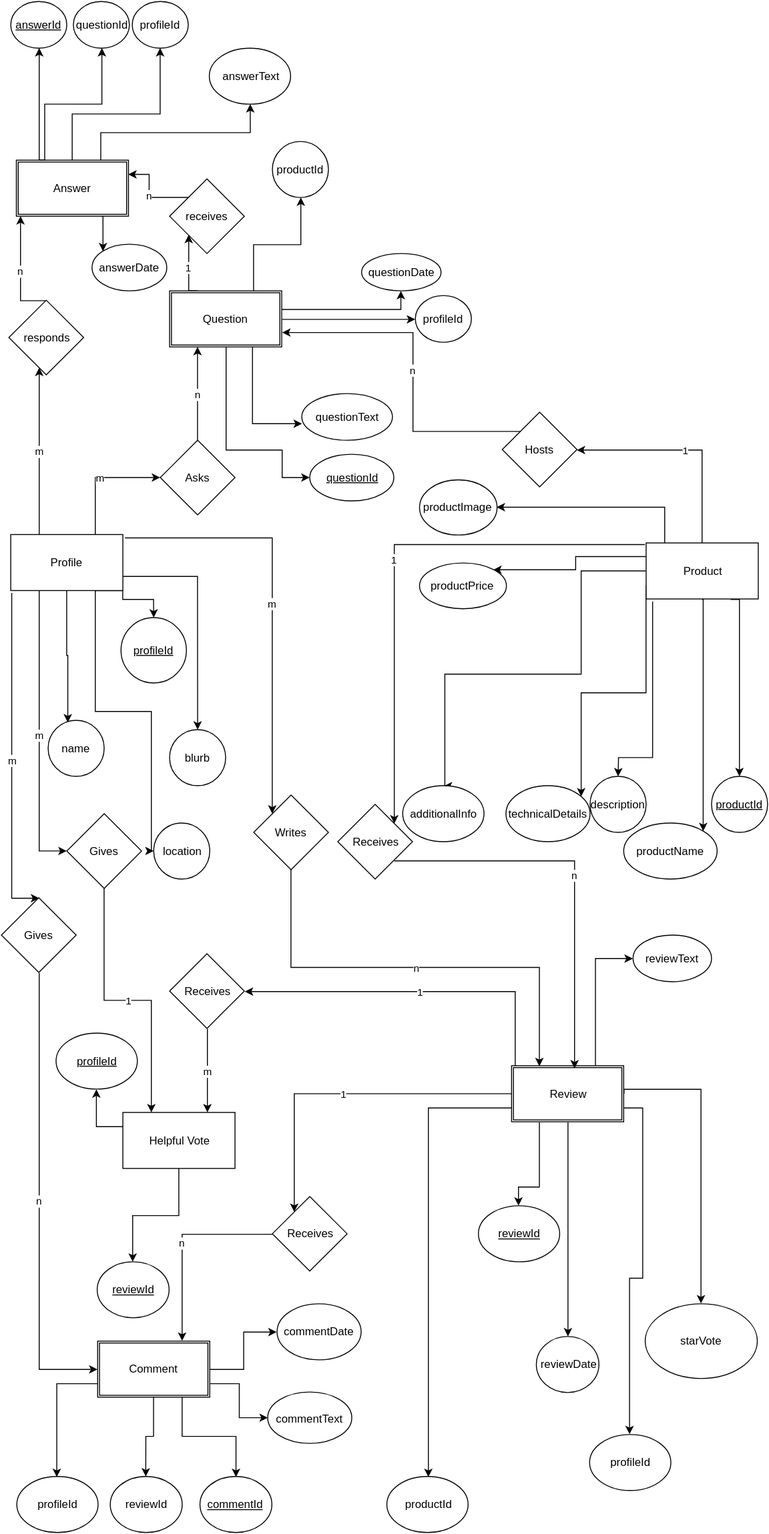
jfindley2/amazon-product keeps this draw.io diagram as amazonpage4.svg. Above is the earlier version. Source tidied: cells renumbered, new cells last; positions are measured from the earlier drawing's top-left corner, leaving out a move shared by most shapes.
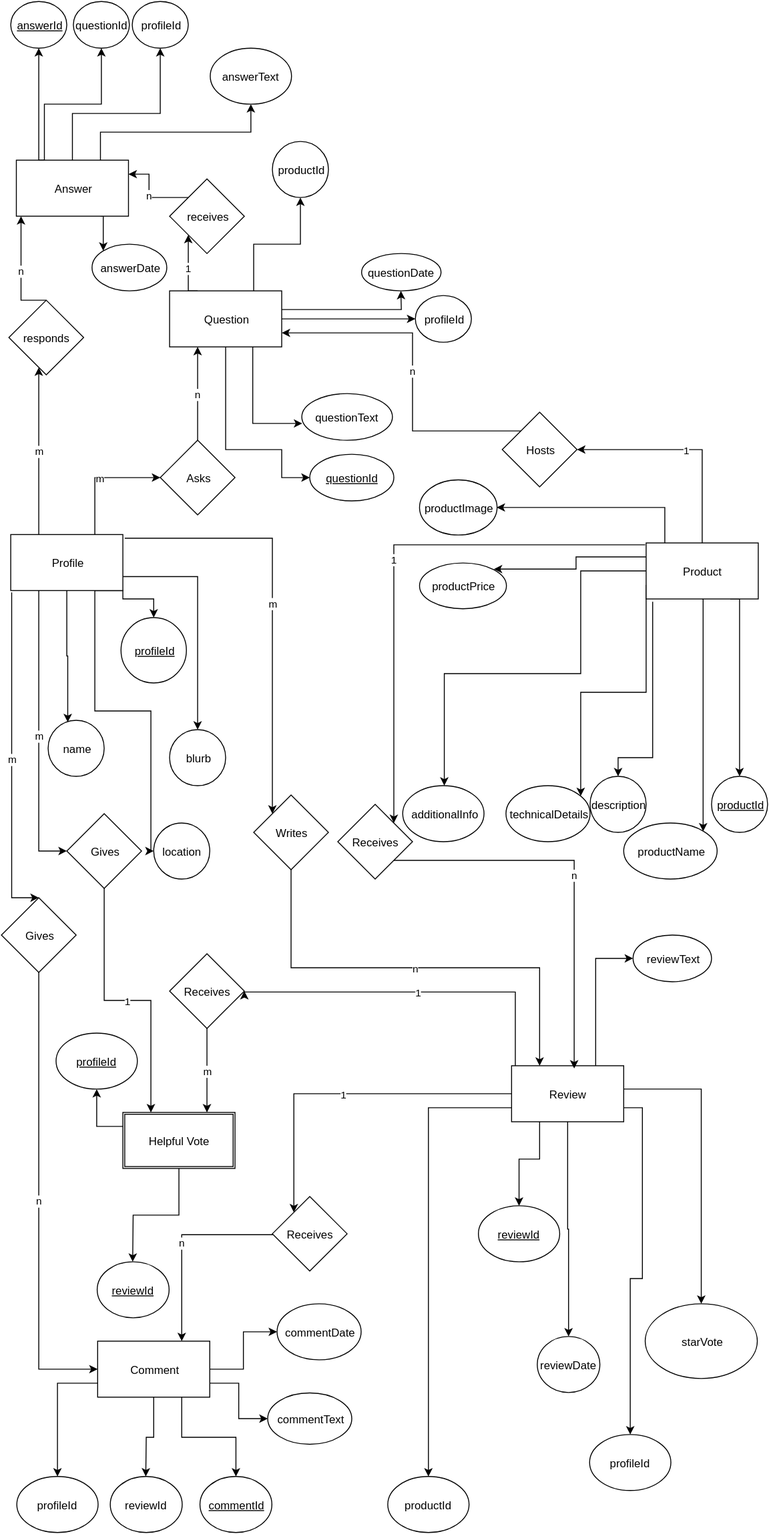
After the change.

The edit, as a diff of the source:
```diff
@@ -145,8 +145,8 @@
     <mxCell id="27" style="edgeStyle=orthogonalEdgeStyle;rounded=0;html=1;exitX=0.25;exitY=1;entryX=0.5;entryY=0;jettySize=auto;" parent="1" edge="1" source="30" target="56">
       <mxGeometry relative="1" as="geometry">
         <Array as="points">
-          <mxPoint x="576" y="1270" />
-          <mxPoint x="553" y="1270" />
+          <mxPoint x="576" y="1240" />
+          <mxPoint x="554" y="1240" />
         </Array>
       </mxGeometry>
     </mxCell>
@@ -156,7 +156,7 @@
     <mxCell id="29" style="edgeStyle=orthogonalEdgeStyle;rounded=0;html=1;exitX=0.5;exitY=1;entryX=0.5;entryY=0;jettySize=auto;" parent="1" edge="1" source="30" target="65">
       <mxGeometry relative="1" as="geometry" />
     </mxCell>
-    <mxCell id="30" value="Review" style="shape=ext;double=1;whiteSpace=wrap;html=1;rounded=0;strokeColor=#000000;strokeWidth=1;fillColor=#FFFFFF;gradientColor=#ffffff;" parent="1" vertex="1">
+    <mxCell id="30" value="Review" style="whiteSpace=wrap;html=1;" parent="1" vertex="1">
       <mxGeometry x="546" y="1140" width="120" height="60" as="geometry" />
     </mxCell>
     <mxCell id="31" value="n" style="edgeStyle=orthogonalEdgeStyle;rounded=0;html=1;exitX=0.5;exitY=1;entryX=0.25;entryY=0;jettySize=auto;" parent="1" edge="1" source="32" target="30">
@@ -208,7 +208,7 @@
     <mxCell id="42" style="edgeStyle=orthogonalEdgeStyle;rounded=0;html=1;exitX=0;exitY=0.25;entryX=0.5;entryY=1;jettySize=auto;" parent="1" edge="1" source="43" target="50">
       <mxGeometry relative="1" as="geometry" />
     </mxCell>
-    <mxCell id="43" value="Helpful Vote" style="whiteSpace=wrap;html=1;" parent="1" vertex="1">
+    <mxCell id="43" value="Helpful Vote" style="shape=ext;double=1;whiteSpace=wrap;html=1;rounded=0;strokeColor=#000000;strokeWidth=1;fillColor=#FFFFFF;gradientColor=#ffffff;" parent="1" vertex="1">
       <mxGeometry x="130" y="1190" width="120" height="60" as="geometry" />
     </mxCell>
     <mxCell id="44" value="m" style="edgeStyle=orthogonalEdgeStyle;rounded=0;html=1;exitX=0.5;exitY=1;entryX=0.75;entryY=0;jettySize=auto;" parent="1" edge="1" source="45" target="43">
@@ -295,7 +295,7 @@
     <mxCell id="71" style="edgeStyle=orthogonalEdgeStyle;rounded=0;html=1;exitX=1;exitY=0.75;entryX=0;entryY=0.5;jettySize=auto;" parent="1" edge="1" source="72" target="106">
       <mxGeometry relative="1" as="geometry" />
     </mxCell>
-    <mxCell id="72" value="Comment" style="shape=ext;double=1;whiteSpace=wrap;html=1;rounded=0;strokeColor=#000000;strokeWidth=1;fillColor=#FFFFFF;gradientColor=#ffffff;" parent="1" vertex="1">
+    <mxCell id="72" value="Comment" style="whiteSpace=wrap;html=1;" parent="1" vertex="1">
       <mxGeometry x="103" y="1435" width="120" height="60" as="geometry" />
     </mxCell>
     <mxCell id="73" style="edgeStyle=orthogonalEdgeStyle;rounded=0;html=1;exitX=0.75;exitY=1;entryX=0.01;entryY=0.64;entryPerimeter=0;jettySize=auto;" parent="1" edge="1" source="79" target="82">
@@ -336,7 +336,7 @@
     <mxCell id="78" style="edgeStyle=orthogonalEdgeStyle;rounded=0;html=1;exitX=0.75;exitY=0;entryX=0.5;entryY=1;jettySize=auto;" parent="1" edge="1" source="79" target="101">
       <mxGeometry relative="1" as="geometry" />
     </mxCell>
-    <mxCell id="79" value="Question" style="shape=ext;double=1;whiteSpace=wrap;html=1;rounded=0;strokeColor=#000000;strokeWidth=1;fillColor=#FFFFFF;gradientColor=#ffffff;" parent="1" vertex="1">
+    <mxCell id="79" value="Question" style="whiteSpace=wrap;html=1;" parent="1" vertex="1">
       <mxGeometry x="180" y="310" width="120" height="60" as="geometry" />
     </mxCell>
     <mxCell id="80" value="n" style="edgeStyle=orthogonalEdgeStyle;rounded=0;html=1;exitX=0.5;exitY=0;jettySize=auto;" parent="1" edge="1" source="81" target="79">
@@ -396,7 +396,7 @@
     <mxCell id="92" style="edgeStyle=orthogonalEdgeStyle;rounded=0;html=1;exitX=0.75;exitY=1;entryX=0;entryY=0;jettySize=auto;" parent="1" edge="1" source="93" target="103">
       <mxGeometry relative="1" as="geometry" />
     </mxCell>
-    <mxCell id="93" value="Answer" style="shape=ext;double=1;whiteSpace=wrap;html=1;rounded=0;strokeColor=#000000;strokeWidth=1;fillColor=#FFFFFF;gradientColor=#ffffff;" parent="1" vertex="1">
+    <mxCell id="93" value="Answer" style="whiteSpace=wrap;html=1;" parent="1" vertex="1">
       <mxGeometry x="16" y="170" width="120" height="60" as="geometry" />
     </mxCell>
     <mxCell id="94" value="&lt;u&gt;answerId&lt;/u&gt;" style="ellipse;whiteSpace=wrap;html=1;rounded=0;strokeColor=#000000;strokeWidth=1;fillColor=#FFFFFF;gradientColor=#ffffff;" parent="1" vertex="1">
```
